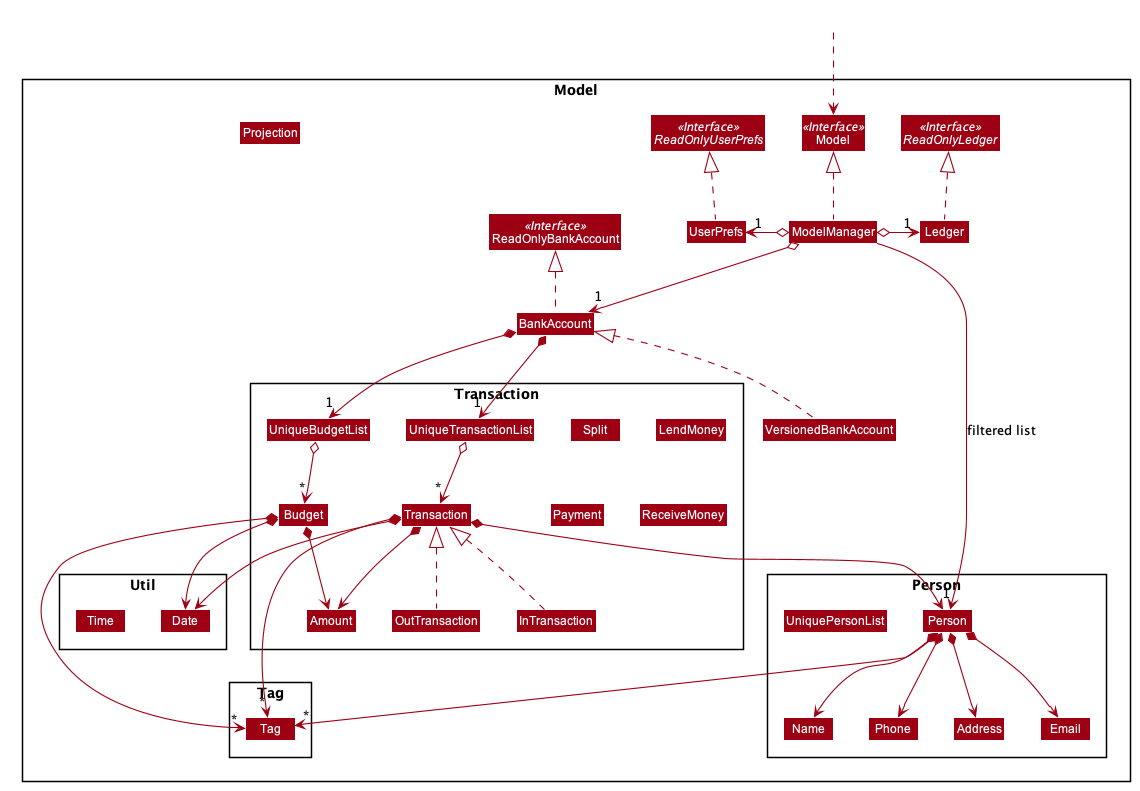
nus-cs2103-AY1920S1/addressbook-level3 keeps this PlantUML diagram as docs/images/ModelClassDiagram.png. Above is the earlier version.
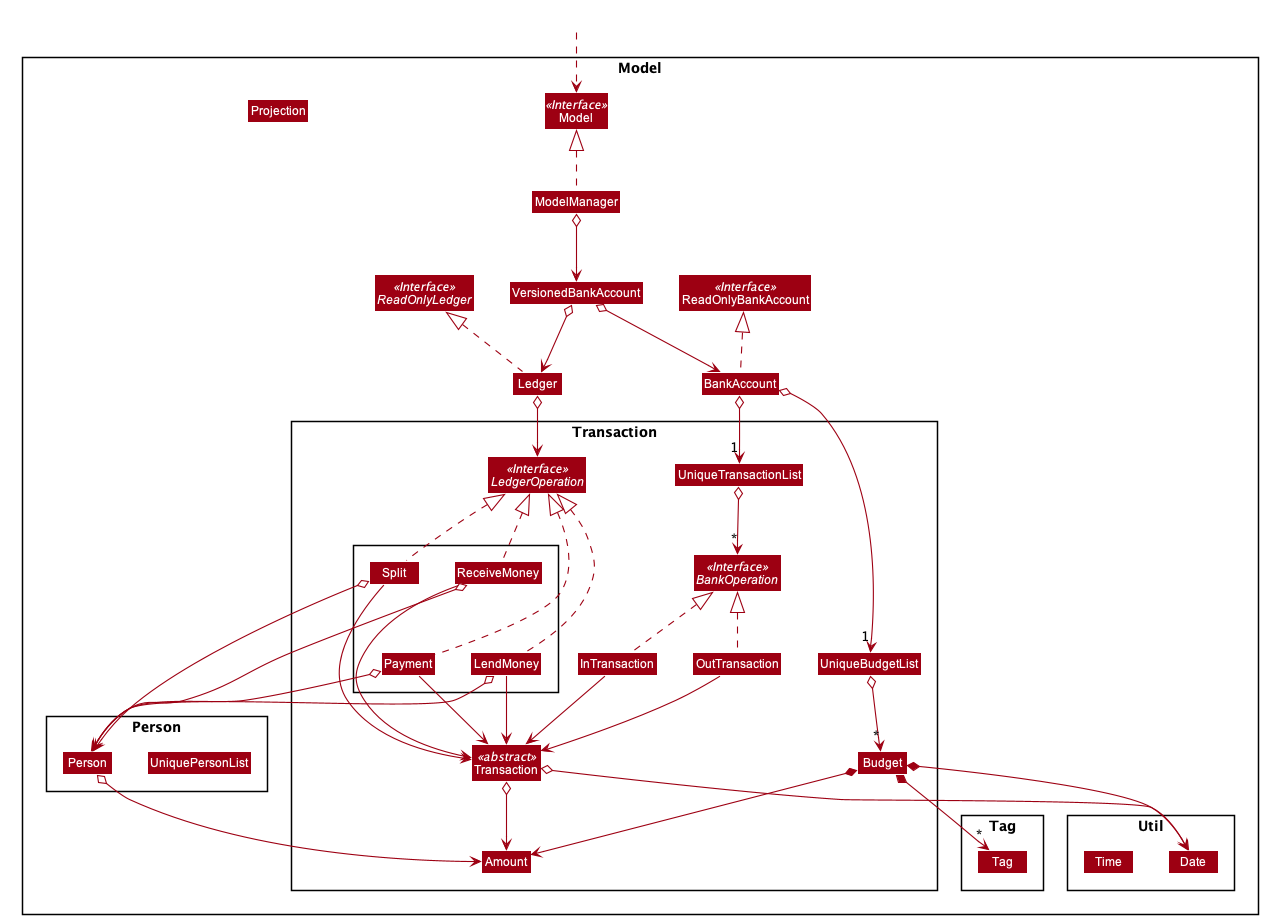
The same diagram one commit later.

Commit message:
ModelClassDiagram updated based on team meeting

Change to the diagram source:
```diff
@@ -55,46 +55,47 @@
 Interface ReadOnlyBankAccount <<Interface>>
 Interface Model <<Interface>>
 Interface ReadOnlyLedger <<Interface>>
-Interface ReadOnlyUserPrefs <<Interface>>
 Class BankAccount
 Class ReadOnlyBankAccount
 Class Model
 Class ModelManager
-Class UserPrefs
-Class UserPrefs
 Class Ledger
 Class Projection
 Class VersionedBankAccount
 
 
 Package Transaction {
-Class Transaction
+Interface BankOperation <<Interface>>
+Interface LedgerOperation <<Interface>>
+
+Class Transaction <<abstract>>
 Class InTransaction
 Class OutTransaction
 
+Class Budget
+Class Amount
+
+Package {
 Class Split
-
-Class Budget
-
-Class Amount
 Class LendMoney
 Class Payment
 Class ReceiveMoney
 
+Split -[hidden]-> Payment
+ReceiveMoney -[hidden]-> LendMoney
+}
+
 Class UniqueBudgetList
 Class UniqueTransactionList
-
 
 }
 
 Package Person {
 Class Person
-Class Address
-Class Email
-Class Name
-Class Phone
 Class UniquePersonList
+Person -[hidden]right-> UniquePersonList
 }
+
 
 Package Util {
 Class Date
@@ -110,45 +111,51 @@
 Class HiddenOutside #FFFFFF
 HiddenOutside ..> Model
 
+Ledger .up.|> ReadOnlyLedger
 BankAccount .up.|> ReadOnlyBankAccount
-Ledger .up.|> ReadOnlyLedger
-VersionedBankAccount .up.|> BankAccount
 
 ModelManager .up.|> Model
-ModelManager o--> "1" BankAccount
-ModelManager o-left-> "1" UserPrefs
-ModelManager o-right-> "1" Ledger
-UserPrefs .up.|> ReadOnlyUserPrefs
+ModelManager o--> VersionedBankAccount
+VersionedBankAccount o--> BankAccount
+VersionedBankAccount o--> Ledger
+
+BankAccount o--> "1" UniqueTransactionList
+UniqueTransactionList o--> "*" BankOperation
+
+InTransaction .up.|> BankOperation
+OutTransaction .up.|> BankOperation
+
+InTransaction --> Transaction
+OutTransaction --> Transaction
+
+Transaction o--> Date
+Transaction o--> Amount
 
 
-Person *--> Name
-Person *--> Phone
-Person *--> Email
-Person *--> Address
-Person *--> "*" Tag
+Ledger o--> LedgerOperation
+Split .up.|> LedgerOperation
+Payment .up.|> LedgerOperation
+LendMoney .up.|> LedgerOperation
+ReceiveMoney .up.|> LedgerOperation
 
-Name -[hidden]right-> Phone
-Phone -[hidden]right-> Address
-Address -[hidden]right-> Email
+Split --> Transaction
+Payment --> Transaction
+LendMoney --> Transaction
+ReceiveMoney --> Transaction
 
-BankAccount *--> "1" UniqueTransactionList
-BankAccount *--> "1" UniqueBudgetList
-UniqueTransactionList o--> "*" Transaction
-Transaction *--> Amount
-Transaction *--> Date
-Transaction *--> Person
-Transaction *--> "*" Tag
-InTransaction .up.|> Transaction
-OutTransaction .up.|> Transaction
+Split o--> Person
+Payment o--> Person
+LendMoney o--> Person
+ReceiveMoney o--> Person
 
+BankAccount o--> "1" UniqueBudgetList
 UniqueBudgetList o--> "*" Budget
 Budget *--> Amount
 Budget *--> Date
 Budget *--> "*" Tag
 
-Name -[hidden]right-> Phone
-Phone -[hidden]right-> Address
-Address -[hidden]right-> Email
+Person o--> Amount
 
-ModelManager -->"1" Person : filtered list
+
+
 @enduml
```
